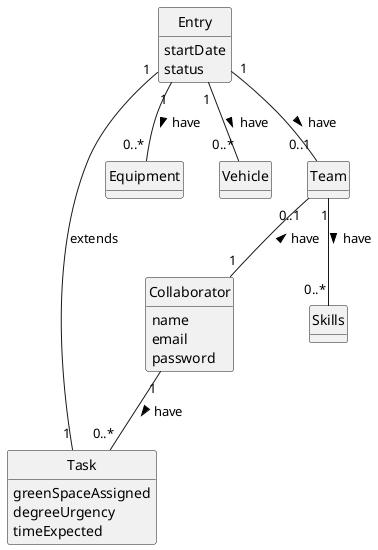
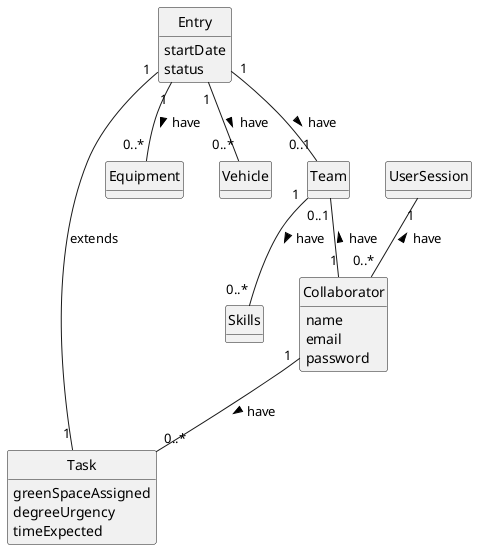
@startuml
skinparam monochrome true
skinparam packageStyle rectangle
skinparam shadowing false

'left to right direction

skinparam classAttributeIconSize 0

hide circle
hide methods

'title Domain Model

'class Platform {
'  -description
'}
+ class UserSession{

+ }

class Collaborator {
    name
    email
    password
}

class Entry{
    startDate
    status
}

class Task{
    greenSpaceAssigned
    degreeUrgency
    timeExpected
}


class Equipment{
}

class Vehicle{
}



Collaborator "1" -- "0..*" Task: have >


Entry "1" - "1" Task : extends

Entry "1" -- "0..1" Team : have >

Entry "1" -- "0..*" Vehicle : have >

Entry "1" -- "0..*" Equipment : have >

Team "0..1" -- "1" Collaborator : have <

Team "1" -- "0..*" Skills : have >

+ UserSession "1" -- "0..*" Collaborator : have <
+ 
@enduml